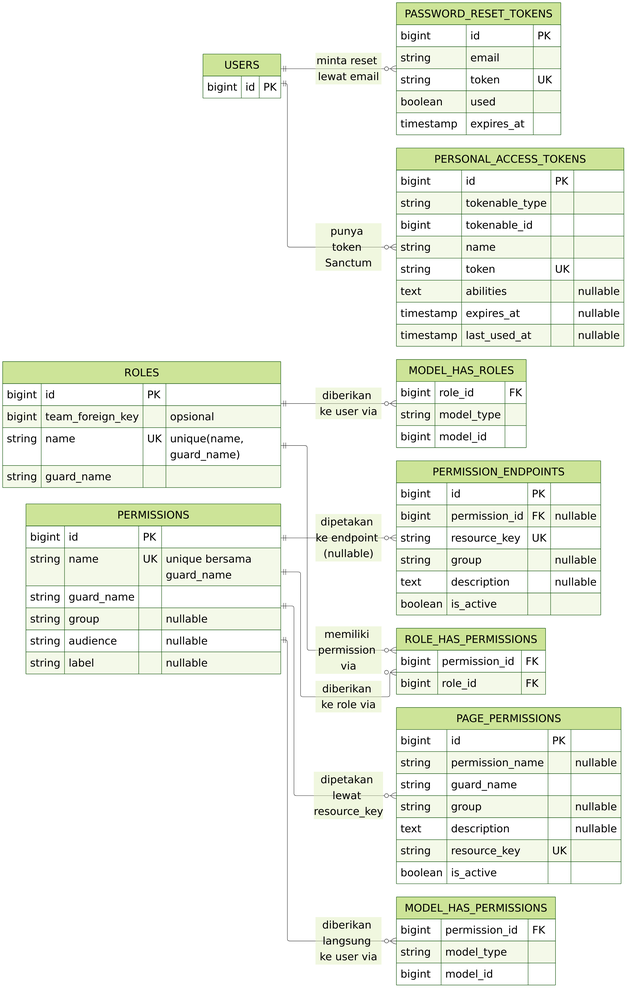
The Mermaid diagram document/aset-laporan/mermaid-erd/export/rbac.png in Fathurrahman-R/Manajemen-Keuangan-dan-SPP-Handayani, before a commit. Its source is kept beside it as document/aset-laporan/mermaid-erd/rbac.mmd. Source of this version:
```mermaid
%%{
    init: {
        'layout': 'elk',
        'themeVariables': {'fontSize': '32px'},
        'themeCSS': '.edgeLabel, .edgeLabel p { font-size: 32px !important; }'
    }
}%%
erDiagram
    direction LR
    PERMISSIONS {
        bigint id PK
        string name UK "unique bersama guard_name"
        string guard_name
        string group "nullable"
        string audience "nullable"
        string label "nullable"
    }
    ROLES {
        bigint id PK
        bigint team_foreign_key "opsional"
        string name UK "unique(name, guard_name)"
        string guard_name
    }
    MODEL_HAS_PERMISSIONS {
        bigint permission_id FK
        string model_type
        bigint model_id
    }
    MODEL_HAS_ROLES {
        bigint role_id FK
        string model_type
        bigint model_id
    }
    ROLE_HAS_PERMISSIONS {
        bigint permission_id FK
        bigint role_id FK
    }
    PERMISSION_ENDPOINTS {
        bigint id PK
        bigint permission_id FK "nullable"
        string resource_key UK
        string group "nullable"
        text description "nullable"
        boolean is_active
    }
    PAGE_PERMISSIONS {
        bigint id PK
        string permission_name "nullable"
        string guard_name
        string group "nullable"
        text description "nullable"
        string resource_key UK
        boolean is_active
    }
    PERSONAL_ACCESS_TOKENS {
        bigint id PK
        string tokenable_type
        bigint tokenable_id
        string name
        string token UK
        text abilities "nullable"
        timestamp expires_at "nullable"
        timestamp last_used_at "nullable"
    }
    PASSWORD_RESET_TOKENS {
        bigint id PK
        string email
        string token UK
        boolean used
        timestamp expires_at
    }
    USERS {
        bigint id PK
    }

    PERMISSIONS ||--o{ ROLE_HAS_PERMISSIONS : "diberikan ke role via"
    ROLES ||--o{ ROLE_HAS_PERMISSIONS : "memiliki permission via"
    PERMISSIONS ||--o{ MODEL_HAS_PERMISSIONS : "diberikan langsung ke user via"
    ROLES ||--o{ MODEL_HAS_ROLES : "diberikan ke user via"
    PERMISSIONS ||--o{ PERMISSION_ENDPOINTS : "dipetakan ke endpoint (nullable)"
    PERMISSIONS ||--o{ PAGE_PERMISSIONS : "dipetakan lewat resource_key"
    USERS ||--o{ PERSONAL_ACCESS_TOKENS : "punya token Sanctum"
    USERS ||--o{ PASSWORD_RESET_TOKENS : "minta reset lewat email"
```
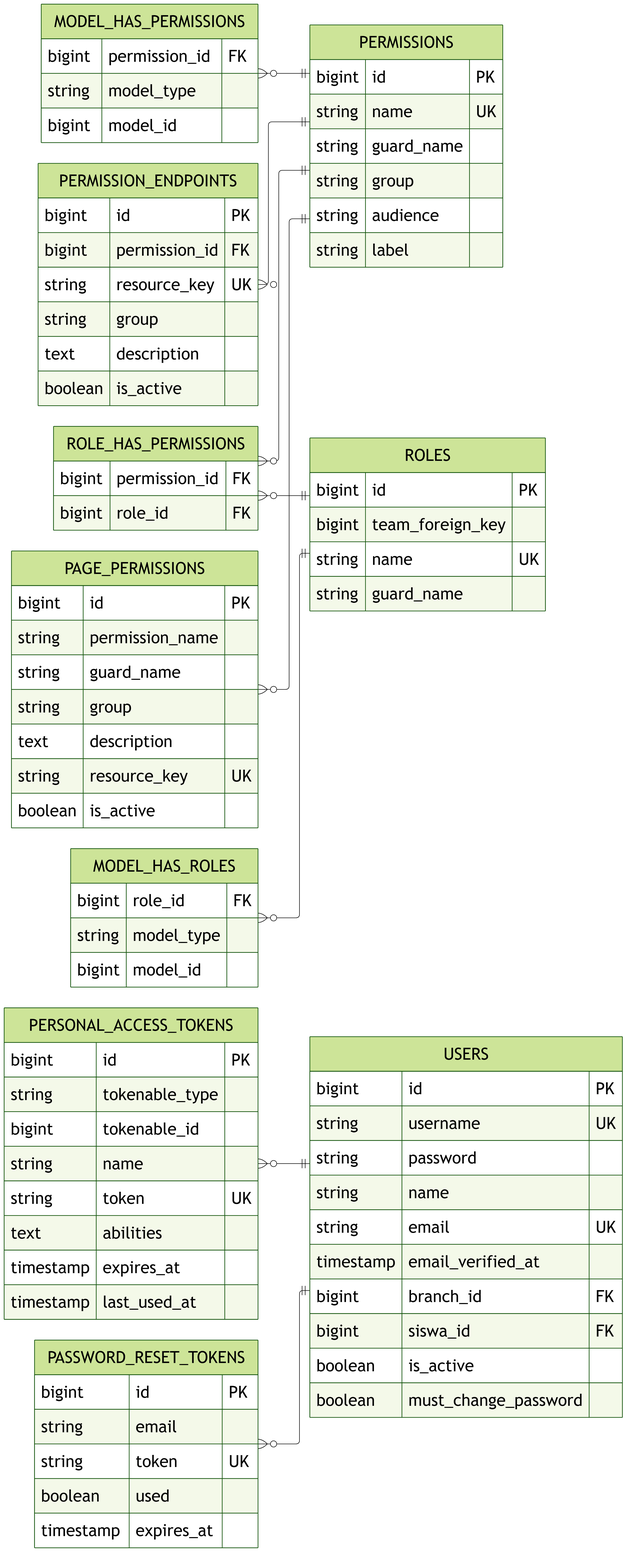
The same diagram one commit later.

Diff of the diagram source:
```diff
@@ -1,24 +1,25 @@
 %%{
     init: {
+        'theme': 'forest',
         'layout': 'elk',
         'themeVariables': {'fontSize': '32px'},
         'themeCSS': '.edgeLabel, .edgeLabel p { font-size: 32px !important; }'
     }
 }%%
 erDiagram
-    direction LR
+    direction RL
     PERMISSIONS {
         bigint id PK
-        string name UK "unique bersama guard_name"
+        string name UK
         string guard_name
-        string group "nullable"
-        string audience "nullable"
-        string label "nullable"
+        string group
+        string audience
+        string label
     }
     ROLES {
         bigint id PK
-        bigint team_foreign_key "opsional"
-        string name UK "unique(name, guard_name)"
+        bigint team_foreign_key
+        string name UK
         string guard_name
     }
     MODEL_HAS_PERMISSIONS {
@@ -37,18 +38,18 @@
     }
     PERMISSION_ENDPOINTS {
         bigint id PK
-        bigint permission_id FK "nullable"
+        bigint permission_id FK
         string resource_key UK
-        string group "nullable"
-        text description "nullable"
+        string group
+        text description
         boolean is_active
     }
     PAGE_PERMISSIONS {
         bigint id PK
-        string permission_name "nullable"
+        string permission_name
         string guard_name
-        string group "nullable"
-        text description "nullable"
+        string group
+        text description
         string resource_key UK
         boolean is_active
     }
@@ -58,9 +59,9 @@
         bigint tokenable_id
         string name
         string token UK
-        text abilities "nullable"
-        timestamp expires_at "nullable"
-        timestamp last_used_at "nullable"
+        text abilities
+        timestamp expires_at
+        timestamp last_used_at
     }
     PASSWORD_RESET_TOKENS {
         bigint id PK
@@ -71,13 +72,22 @@
     }
     USERS {
         bigint id PK
+        string username UK
+        string password
+        string name
+        string email UK
+        timestamp email_verified_at
+        bigint branch_id FK
+        bigint siswa_id FK
+        boolean is_active
+        boolean must_change_password
     }
 
-    PERMISSIONS ||--o{ ROLE_HAS_PERMISSIONS : "diberikan ke role via"
-    ROLES ||--o{ ROLE_HAS_PERMISSIONS : "memiliki permission via"
-    PERMISSIONS ||--o{ MODEL_HAS_PERMISSIONS : "diberikan langsung ke user via"
-    ROLES ||--o{ MODEL_HAS_ROLES : "diberikan ke user via"
-    PERMISSIONS ||--o{ PERMISSION_ENDPOINTS : "dipetakan ke endpoint (nullable)"
-    PERMISSIONS ||--o{ PAGE_PERMISSIONS : "dipetakan lewat resource_key"
-    USERS ||--o{ PERSONAL_ACCESS_TOKENS : "punya token Sanctum"
-    USERS ||--o{ PASSWORD_RESET_TOKENS : "minta reset lewat email"
+    PERMISSIONS ||--o{ ROLE_HAS_PERMISSIONS : ""
+    ROLES ||--o{ ROLE_HAS_PERMISSIONS : ""
+    PERMISSIONS ||--o{ MODEL_HAS_PERMISSIONS : ""
+    ROLES ||--o{ MODEL_HAS_ROLES : ""
+    PERMISSIONS ||--o{ PERMISSION_ENDPOINTS : ""
+    PERMISSIONS ||--o{ PAGE_PERMISSIONS : ""
+    USERS ||--o{ PERSONAL_ACCESS_TOKENS : ""
+    USERS ||--o{ PASSWORD_RESET_TOKENS : ""
```
